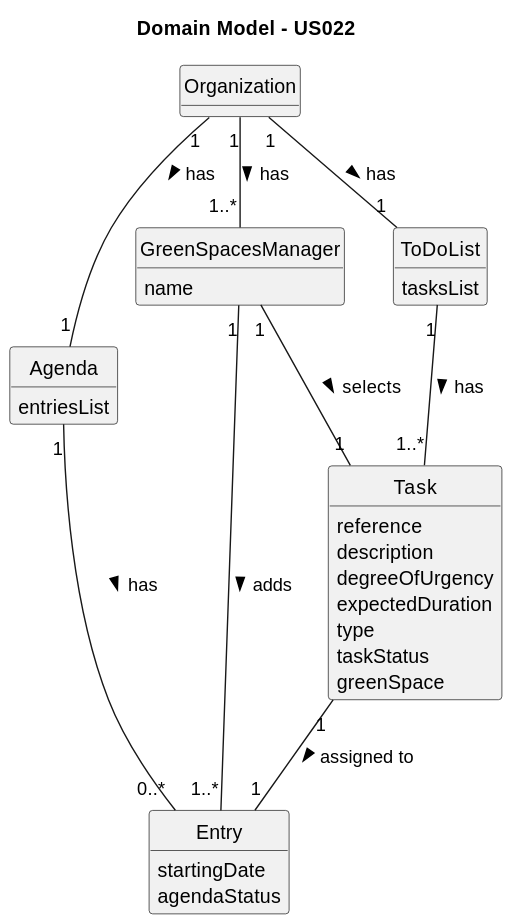
This is docs/sprintA&B&C/us022/02.analysis/svg/us022-domain-model.svg from daniel41silva05/ISEP_2023_2024_LAPR2, a PlantUML export, as it was before one commit. Its diagram source:
```plantuml
@startuml
skinparam monochrome true
skinparam packageStyle rectangle
skinparam shadowing false

skinparam classAttributeIconSize 0

hide circle
hide methods

title Domain Model - US022

class Organization {
}

class GreenSpacesManager {
    name
}

class Agenda {
    entriesList
}

class ToDoList {
    tasksList
}

class Entry {
    startingDate
    agendaStatus
}

class Task {
    reference
    description
    degreeOfUrgency
    expectedDuration
    type
    taskStatus
    greenSpace
}

Organization "1" -- "1..*" GreenSpacesManager : has >
Organization "1" -- "1" Agenda : has >
Organization "1" -- "1" ToDoList : has >
GreenSpacesManager "1" -- "1" Task : selects  >
GreenSpacesManager "1" -- "1..*" Entry : adds >
Agenda "1" -- "0..*" Entry : has >
ToDoList "1" -- "1..*" Task : has >
Task "1" -- "1" Entry : assigned to >
@enduml
```
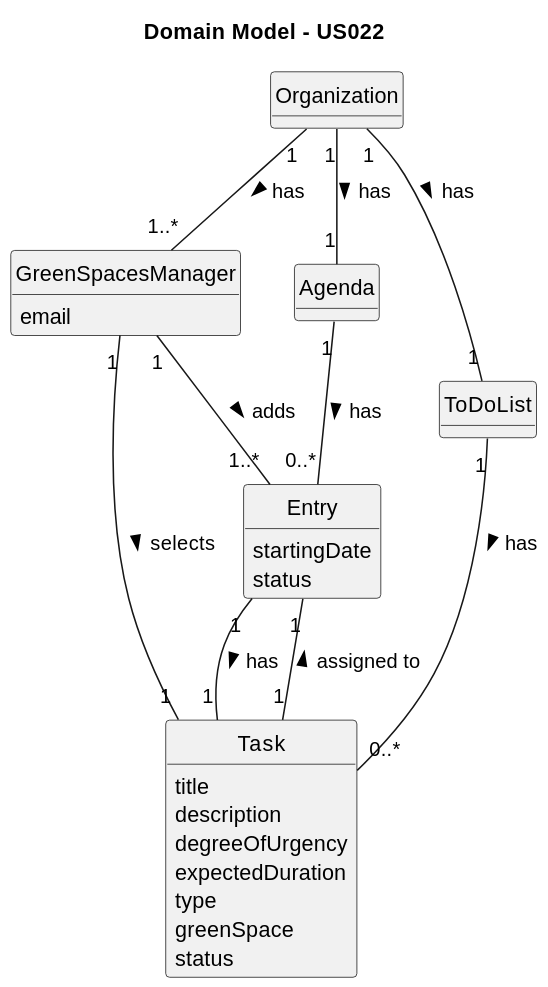
Above is the later version.

Commit message:
Update US22 - Requirements engineering + Domain Model + Class Diagram #10

Change to the diagram source:
```diff
@@ -14,30 +14,28 @@
 }
 
 class GreenSpacesManager {
-    name
+    email
 }
 
 class Agenda {
-    entriesList
 }
 
 class ToDoList {
-    tasksList
 }
 
 class Entry {
     startingDate
-    agendaStatus
+    status
 }
 
 class Task {
-    reference
+    title
     description
     degreeOfUrgency
     expectedDuration
     type
-    taskStatus
     greenSpace
+    status
 }
 
 Organization "1" -- "1..*" GreenSpacesManager : has >
@@ -46,6 +44,7 @@
 GreenSpacesManager "1" -- "1" Task : selects  >
 GreenSpacesManager "1" -- "1..*" Entry : adds >
 Agenda "1" -- "0..*" Entry : has >
-ToDoList "1" -- "1..*" Task : has >
+ToDoList "1" -- "0..*" Task : has >
 Task "1" -- "1" Entry : assigned to >
+Entry "1" -- "1" Task : has >
 @enduml
```
